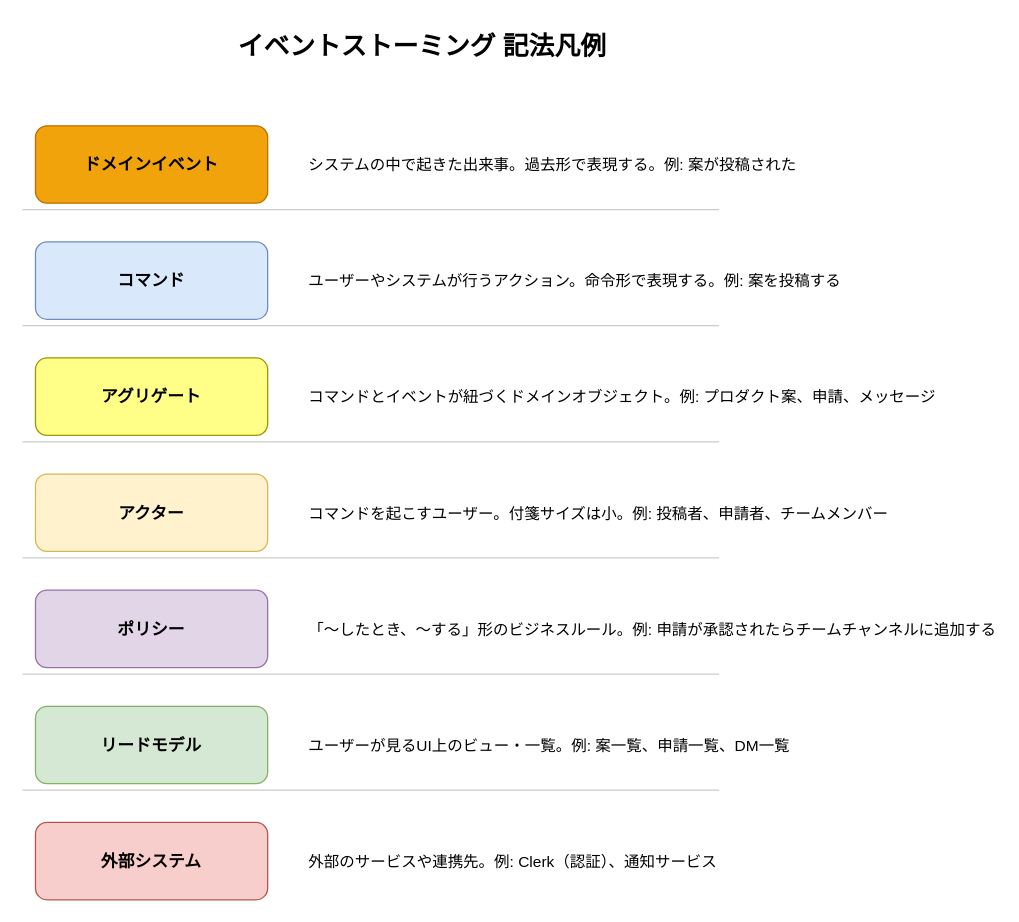
The draw.io diagram page "ページ-1" (1 of 2) of docs/product/event-storming-legend.drawio in Takuya0202/ensyu, before the edit. Source tidied: cells renumbered, new cells numbered last; positions are measured from the earlier drawing's top-left corner, leaving out a move shared by most shapes. Both pictures are drawn from the tidied source at 129%, with x=0, y=0 at pixel (22, 22).
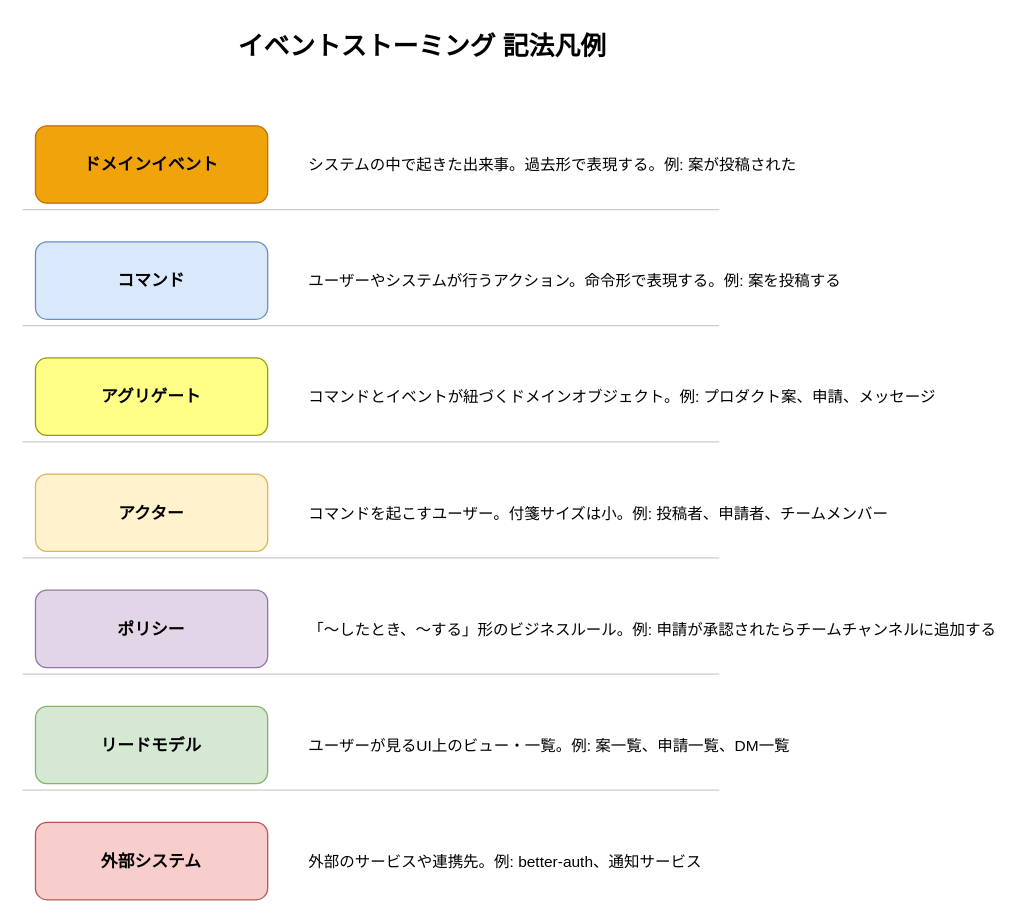
The same page after the edit.

Commit message (it also covers changes not shown here):
docs: 認証をClerkからbetter-authに変更しイベントストーミング図を追加する

Diff of the diagram source:
```diff
@@
-    <mxCell id="16" value="外部のサービスや連携先。例: Clerk（認証）、通知サービス" style="text;fontSize=12;align=left;verticalAlign=middle;" parent="1" vertex="1">
+    <mxCell id="16" value="外部のサービスや連携先。例: better-auth、通知サービス" style="text;fontSize=12;align=left;verticalAlign=middle;" parent="1" vertex="1">
       <mxGeometry x="220" y="620" width="300" height="60" as="geometry" />
     </mxCell>
```
